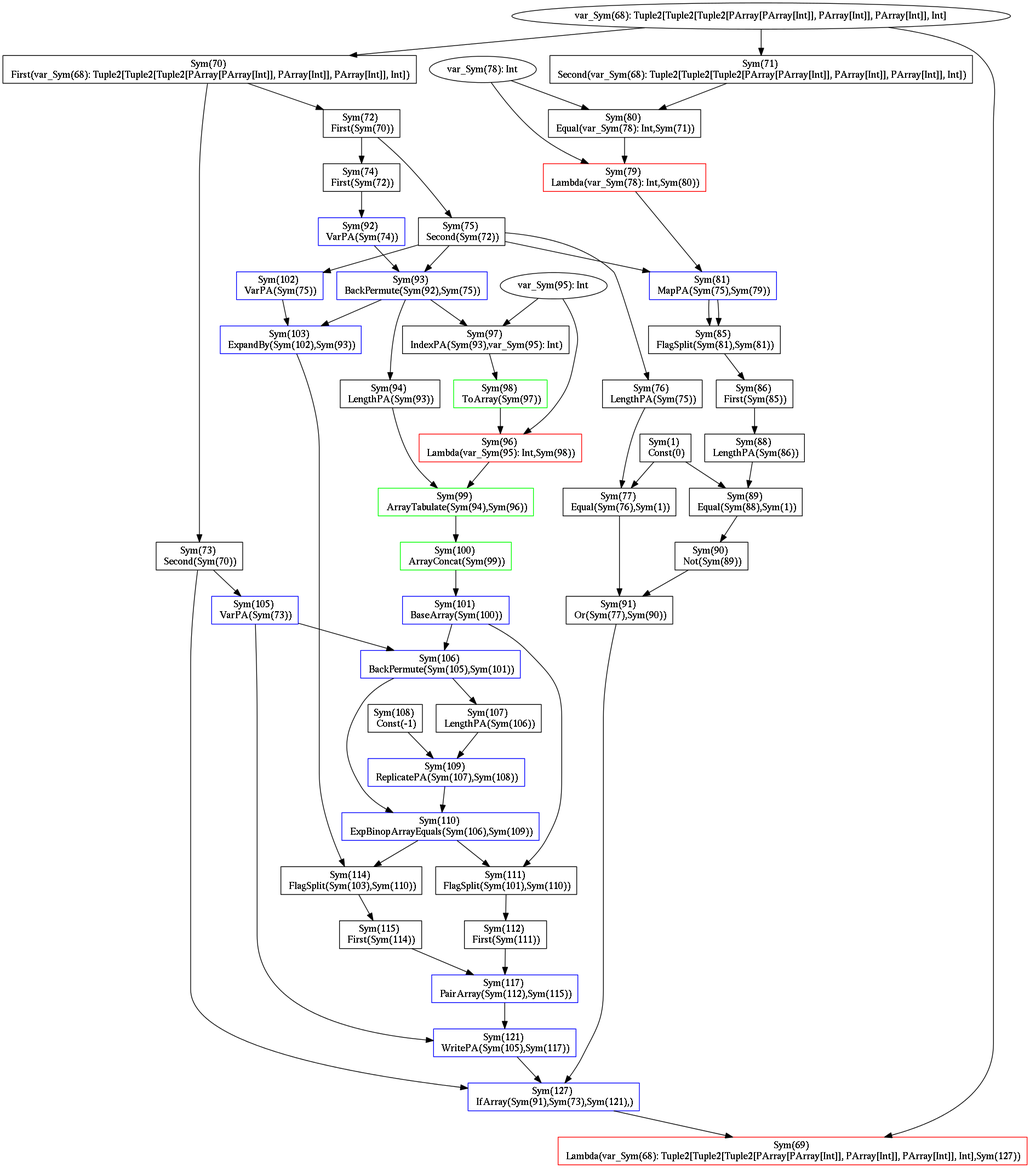
alexander-myltsev/Scalan-GPU keeps this Graphviz diagram as graphs/bfs.dot.png. Above is the earlier version. Its source is kept beside it as graphs/bfs.dot.
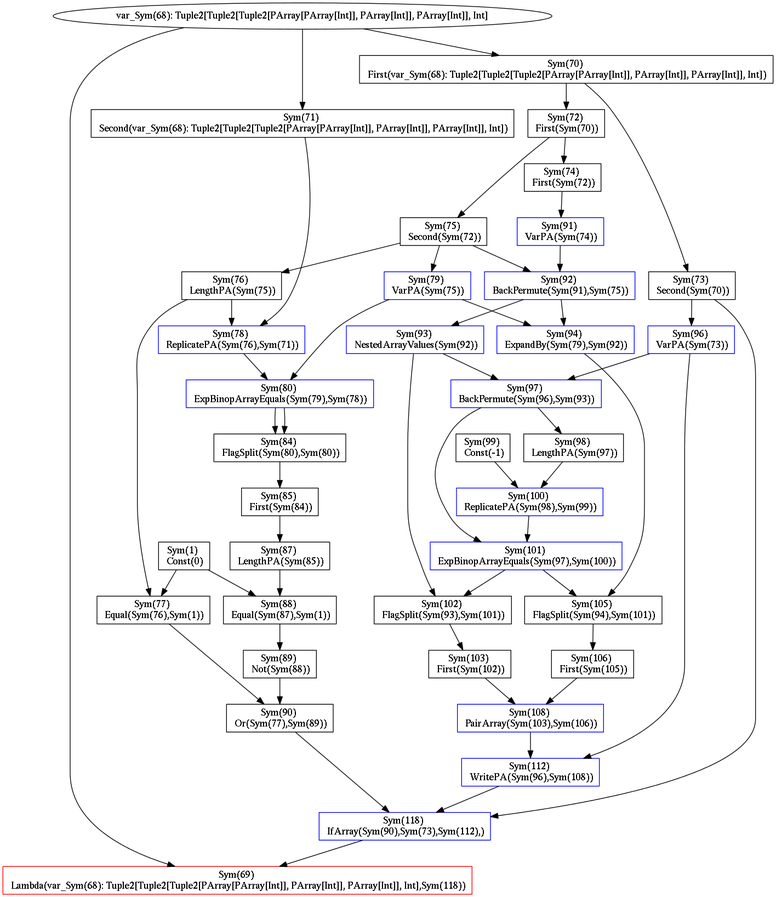
After the commit.

The edit, as a diff of the source:
```diff
@@ -29,228 +29,185 @@
 ]
 "Sym(76)" -> "Sym(77)"
 "Sym(1)" -> "Sym(77)"
+"Sym(79)" [
+label="Sym(79) \n VarPA(Sym(75))"
+shape=box
+color=blue
+]
+"Sym(75)" -> "Sym(79)"
 "Sym(71)" [
 label="Sym(71) \n Second(var_Sym(68): Tuple2[Tuple2[Tuple2[PArray[PArray[Int]], PArray[Int]], PArray[Int]], Int])"
 shape=box
 ]
 "var_Sym(68): Tuple2[Tuple2[Tuple2[PArray[PArray[Int]], PArray[Int]], PArray[Int]], Int]" -> "Sym(71)"
-"Sym(80)" [
-label="Sym(80) \n Equal(var_Sym(78): Int,Sym(71))"
-shape=box
-]
-"var_Sym(78): Int" -> "Sym(80)"
-"Sym(71)" -> "Sym(80)"
-"Sym(79)" [
-label="Sym(79) \n Lambda(var_Sym(78): Int,Sym(80))"
-shape=box
-color=red
-]
-"var_Sym(78): Int" -> "Sym(79)"
-"Sym(80)" -> "Sym(79)"
-"Sym(81)" [
-label="Sym(81) \n MapPA(Sym(75),Sym(79))"
+"Sym(78)" [
+label="Sym(78) \n ReplicatePA(Sym(76),Sym(71))"
 shape=box
 color=blue
 ]
-"Sym(75)" -> "Sym(81)"
-"Sym(79)" -> "Sym(81)"
-"Sym(85)" [
-label="Sym(85) \n FlagSplit(Sym(81),Sym(81))"
+"Sym(76)" -> "Sym(78)"
+"Sym(71)" -> "Sym(78)"
+"Sym(80)" [
+label="Sym(80) \n ExpBinopArrayEquals(Sym(79),Sym(78))"
+shape=box
+color=blue
+]
+"Sym(79)" -> "Sym(80)"
+"Sym(78)" -> "Sym(80)"
+"Sym(84)" [
+label="Sym(84) \n FlagSplit(Sym(80),Sym(80))"
 shape=box
 ]
-"Sym(81)" -> "Sym(85)"
-"Sym(81)" -> "Sym(85)"
-"Sym(86)" [
-label="Sym(86) \n First(Sym(85))"
+"Sym(80)" -> "Sym(84)"
+"Sym(80)" -> "Sym(84)"
+"Sym(85)" [
+label="Sym(85) \n First(Sym(84))"
 shape=box
 ]
-"Sym(85)" -> "Sym(86)"
-"Sym(88)" [
-label="Sym(88) \n LengthPA(Sym(86))"
+"Sym(84)" -> "Sym(85)"
+"Sym(87)" [
+label="Sym(87) \n LengthPA(Sym(85))"
 shape=box
 ]
-"Sym(86)" -> "Sym(88)"
+"Sym(85)" -> "Sym(87)"
+"Sym(88)" [
+label="Sym(88) \n Equal(Sym(87),Sym(1))"
+shape=box
+]
+"Sym(87)" -> "Sym(88)"
+"Sym(1)" -> "Sym(88)"
 "Sym(89)" [
-label="Sym(89) \n Equal(Sym(88),Sym(1))"
+label="Sym(89) \n Not(Sym(88))"
 shape=box
 ]
 "Sym(88)" -> "Sym(89)"
-"Sym(1)" -> "Sym(89)"
 "Sym(90)" [
-label="Sym(90) \n Not(Sym(89))"
+label="Sym(90) \n Or(Sym(77),Sym(89))"
 shape=box
 ]
+"Sym(77)" -> "Sym(90)"
 "Sym(89)" -> "Sym(90)"
-"Sym(91)" [
-label="Sym(91) \n Or(Sym(77),Sym(90))"
-shape=box
-]
-"Sym(77)" -> "Sym(91)"
-"Sym(90)" -> "Sym(91)"
 "Sym(73)" [
 label="Sym(73) \n Second(Sym(70))"
 shape=box
 ]
 "Sym(70)" -> "Sym(73)"
-"Sym(105)" [
-label="Sym(105) \n VarPA(Sym(73))"
+"Sym(96)" [
+label="Sym(96) \n VarPA(Sym(73))"
 shape=box
 color=blue
 ]
-"Sym(73)" -> "Sym(105)"
+"Sym(73)" -> "Sym(96)"
 "Sym(74)" [
 label="Sym(74) \n First(Sym(72))"
 shape=box
 ]
 "Sym(72)" -> "Sym(74)"
-"Sym(92)" [
-label="Sym(92) \n VarPA(Sym(74))"
+"Sym(91)" [
+label="Sym(91) \n VarPA(Sym(74))"
 shape=box
 color=blue
 ]
-"Sym(74)" -> "Sym(92)"
+"Sym(74)" -> "Sym(91)"
+"Sym(92)" [
+label="Sym(92) \n BackPermute(Sym(91),Sym(75))"
+shape=box
+color=blue
+]
+"Sym(91)" -> "Sym(92)"
+"Sym(75)" -> "Sym(92)"
 "Sym(93)" [
-label="Sym(93) \n BackPermute(Sym(92),Sym(75))"
+label="Sym(93) \n NestedArrayValues(Sym(92))"
 shape=box
 color=blue
 ]
 "Sym(92)" -> "Sym(93)"
-"Sym(75)" -> "Sym(93)"
-"Sym(94)" [
-label="Sym(94) \n LengthPA(Sym(93))"
-shape=box
-]
-"Sym(93)" -> "Sym(94)"
 "Sym(97)" [
-label="Sym(97) \n IndexPA(Sym(93),var_Sym(95): Int)"
-shape=box
-]
-"Sym(93)" -> "Sym(97)"
-"var_Sym(95): Int" -> "Sym(97)"
-"Sym(98)" [
-label="Sym(98) \n ToArray(Sym(97))"
-shape=box
-color=green
-]
-"Sym(97)" -> "Sym(98)"
-"Sym(96)" [
-label="Sym(96) \n Lambda(var_Sym(95): Int,Sym(98))"
-shape=box
-color=red
-]
-"var_Sym(95): Int" -> "Sym(96)"
-"Sym(98)" -> "Sym(96)"
-"Sym(99)" [
-label="Sym(99) \n ArrayTabulate(Sym(94),Sym(96))"
-shape=box
-color=green
-]
-"Sym(94)" -> "Sym(99)"
-"Sym(96)" -> "Sym(99)"
-"Sym(100)" [
-label="Sym(100) \n ArrayConcat(Sym(99))"
-shape=box
-color=green
-]
-"Sym(99)" -> "Sym(100)"
-"Sym(101)" [
-label="Sym(101) \n BaseArray(Sym(100))"
+label="Sym(97) \n BackPermute(Sym(96),Sym(93))"
 shape=box
 color=blue
 ]
-"Sym(100)" -> "Sym(101)"
-"Sym(106)" [
-label="Sym(106) \n BackPermute(Sym(105),Sym(101))"
+"Sym(96)" -> "Sym(97)"
+"Sym(93)" -> "Sym(97)"
+"Sym(98)" [
+label="Sym(98) \n LengthPA(Sym(97))"
+shape=box
+]
+"Sym(97)" -> "Sym(98)"
+"Sym(99)" [
+label="Sym(99) \n Const(-1)"
+shape=box
+]
+"Sym(100)" [
+label="Sym(100) \n ReplicatePA(Sym(98),Sym(99))"
 shape=box
 color=blue
 ]
-"Sym(105)" -> "Sym(106)"
-"Sym(101)" -> "Sym(106)"
-"Sym(107)" [
-label="Sym(107) \n LengthPA(Sym(106))"
-shape=box
-]
-"Sym(106)" -> "Sym(107)"
-"Sym(108)" [
-label="Sym(108) \n Const(-1)"
-shape=box
-]
-"Sym(109)" [
-label="Sym(109) \n ReplicatePA(Sym(107),Sym(108))"
+"Sym(98)" -> "Sym(100)"
+"Sym(99)" -> "Sym(100)"
+"Sym(101)" [
+label="Sym(101) \n ExpBinopArrayEquals(Sym(97),Sym(100))"
 shape=box
 color=blue
 ]
-"Sym(107)" -> "Sym(109)"
-"Sym(108)" -> "Sym(109)"
-"Sym(110)" [
-label="Sym(110) \n ExpBinopArrayEquals(Sym(106),Sym(109))"
+"Sym(97)" -> "Sym(101)"
+"Sym(100)" -> "Sym(101)"
+"Sym(102)" [
+label="Sym(102) \n FlagSplit(Sym(93),Sym(101))"
+shape=box
+]
+"Sym(93)" -> "Sym(102)"
+"Sym(101)" -> "Sym(102)"
+"Sym(103)" [
+label="Sym(103) \n First(Sym(102))"
+shape=box
+]
+"Sym(102)" -> "Sym(103)"
+"Sym(94)" [
+label="Sym(94) \n ExpandBy(Sym(79),Sym(92))"
 shape=box
 color=blue
 ]
-"Sym(106)" -> "Sym(110)"
-"Sym(109)" -> "Sym(110)"
-"Sym(111)" [
-label="Sym(111) \n FlagSplit(Sym(101),Sym(110))"
+"Sym(79)" -> "Sym(94)"
+"Sym(92)" -> "Sym(94)"
+"Sym(105)" [
+label="Sym(105) \n FlagSplit(Sym(94),Sym(101))"
 shape=box
 ]
-"Sym(101)" -> "Sym(111)"
-"Sym(110)" -> "Sym(111)"
-"Sym(112)" [
-label="Sym(112) \n First(Sym(111))"
+"Sym(94)" -> "Sym(105)"
+"Sym(101)" -> "Sym(105)"
+"Sym(106)" [
+label="Sym(106) \n First(Sym(105))"
 shape=box
 ]
-"Sym(111)" -> "Sym(112)"
-"Sym(102)" [
-label="Sym(102) \n VarPA(Sym(75))"
+"Sym(105)" -> "Sym(106)"
+"Sym(108)" [
+label="Sym(108) \n PairArray(Sym(103),Sym(106))"
 shape=box
 color=blue
 ]
-"Sym(75)" -> "Sym(102)"
-"Sym(103)" [
-label="Sym(103) \n ExpandBy(Sym(102),Sym(93))"
+"Sym(103)" -> "Sym(108)"
+"Sym(106)" -> "Sym(108)"
+"Sym(112)" [
+label="Sym(112) \n WritePA(Sym(96),Sym(108))"
 shape=box
 color=blue
 ]
-"Sym(102)" -> "Sym(103)"
-"Sym(93)" -> "Sym(103)"
-"Sym(114)" [
-label="Sym(114) \n FlagSplit(Sym(103),Sym(110))"
-shape=box
-]
-"Sym(103)" -> "Sym(114)"
-"Sym(110)" -> "Sym(114)"
-"Sym(115)" [
-label="Sym(115) \n First(Sym(114))"
-shape=box
-]
-"Sym(114)" -> "Sym(115)"
-"Sym(117)" [
-label="Sym(117) \n PairArray(Sym(112),Sym(115))"
+"Sym(96)" -> "Sym(112)"
+"Sym(108)" -> "Sym(112)"
+"Sym(118)" [
+label="Sym(118) \n IfArray(Sym(90),Sym(73),Sym(112),)"
 shape=box
 color=blue
 ]
-"Sym(112)" -> "Sym(117)"
-"Sym(115)" -> "Sym(117)"
-"Sym(121)" [
-label="Sym(121) \n WritePA(Sym(105),Sym(117))"
-shape=box
-color=blue
-]
-"Sym(105)" -> "Sym(121)"
-"Sym(117)" -> "Sym(121)"
-"Sym(127)" [
-label="Sym(127) \n IfArray(Sym(91),Sym(73),Sym(121),)"
-shape=box
-color=blue
-]
-"Sym(91)" -> "Sym(127)"
-"Sym(73)" -> "Sym(127)"
-"Sym(121)" -> "Sym(127)"
+"Sym(90)" -> "Sym(118)"
+"Sym(73)" -> "Sym(118)"
+"Sym(112)" -> "Sym(118)"
 "Sym(69)" [
-label="Sym(69) \n Lambda(var_Sym(68): Tuple2[Tuple2[Tuple2[PArray[PArray[Int]], PArray[Int]], PArray[Int]], Int],Sym(127))"
+label="Sym(69) \n Lambda(var_Sym(68): Tuple2[Tuple2[Tuple2[PArray[PArray[Int]], PArray[Int]], PArray[Int]], Int],Sym(118))"
 shape=box
 color=red
 ]
 "var_Sym(68): Tuple2[Tuple2[Tuple2[PArray[PArray[Int]], PArray[Int]], PArray[Int]], Int]" -> "Sym(69)"
-"Sym(127)" -> "Sym(69)"
+"Sym(118)" -> "Sym(69)"
 }
```
